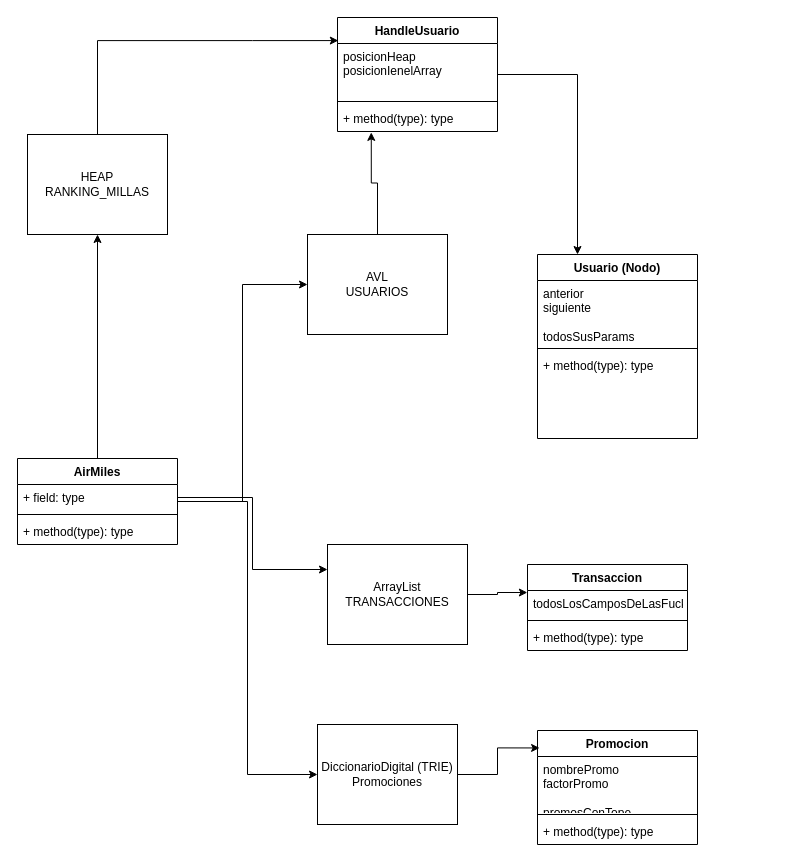
This is implementacion/DiagramaDeClases.drawio from leandiez/aed-tp-arraydecuatroposiciones, a draw.io file, before an edit. Source tidied: cells renumbered, new cells numbered last; positions are measured from the earlier drawing's top-left corner, leaving out a move shared by most shapes. Both pictures are drawn from the tidied source at 100%, with x=0, y=0 at pixel (17, 17).
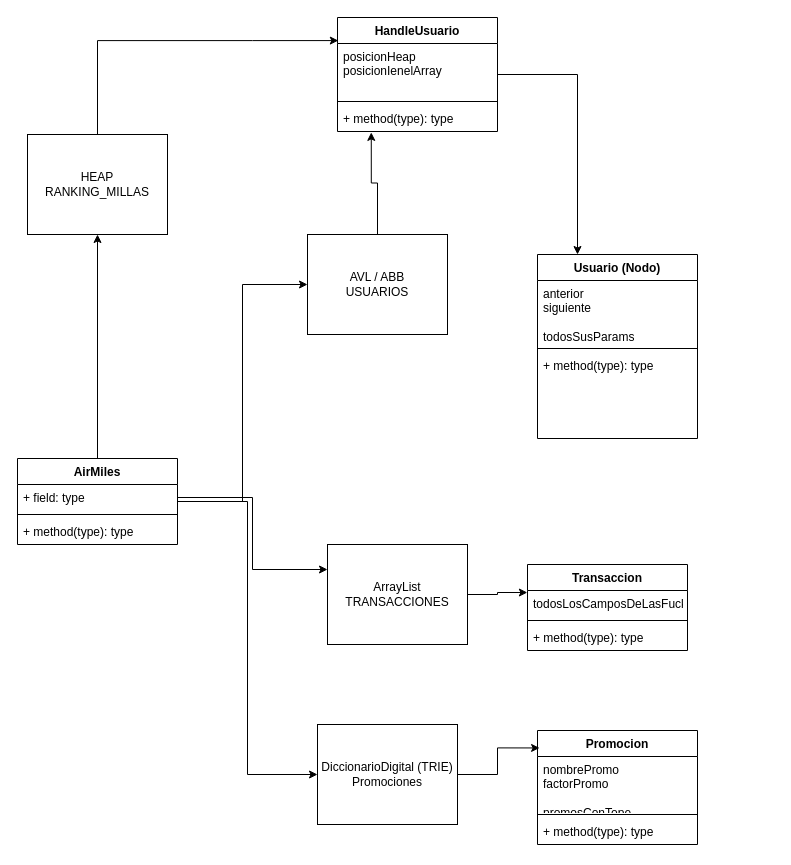
The same page after the edit.

What changed in the source:
```diff
@@
-    <mxCell id="17" value="AVL&lt;div&gt;USUARIOS&lt;/div&gt;" style="html=1;whiteSpace=wrap;" parent="1" vertex="1">
+    <mxCell id="17" value="AVL / ABB&lt;div&gt;USUARIOS&lt;/div&gt;" style="html=1;whiteSpace=wrap;" parent="1" vertex="1">
       <mxGeometry x="290" y="217" width="140" height="100" as="geometry" />
     </mxCell>
```
